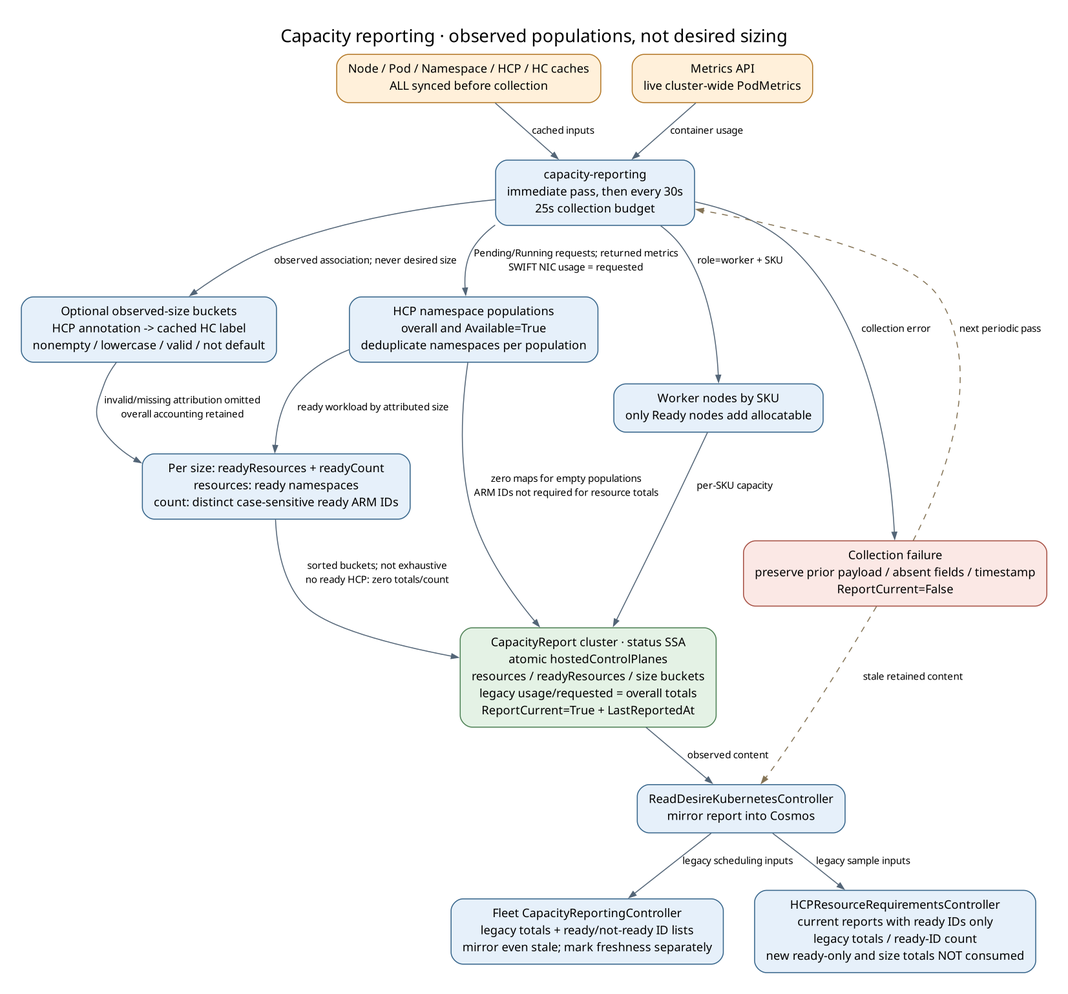
This is docs/generated/diagrams/controller-flows/capacity-reporting.png from Azure/ARO-HCP, a Graphviz export, as it was before one commit. Its source is kept beside it as docs/generated/diagrams/controller-flows/capacity-reporting.dot.
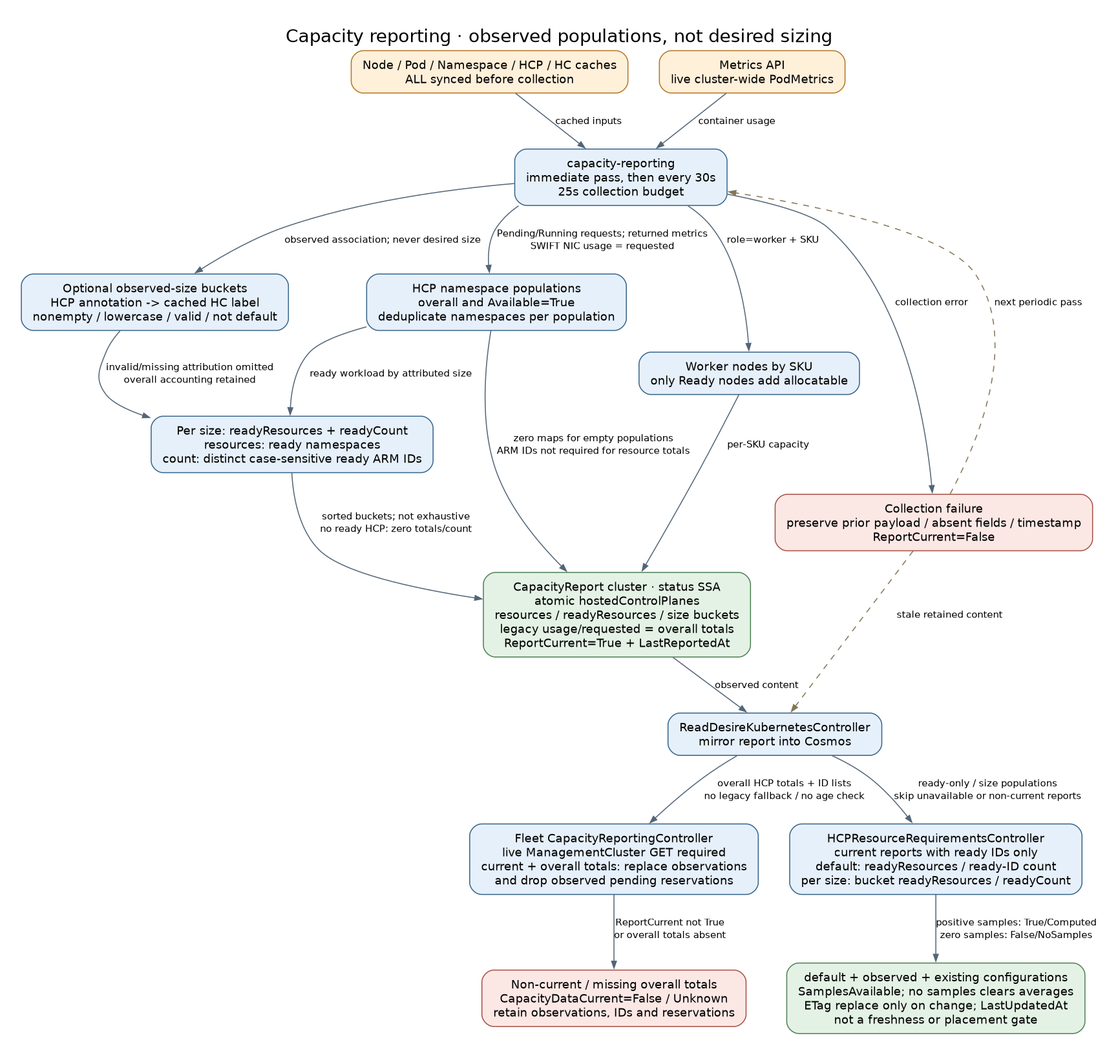
Above is the later version.

What changed in the source:
```diff
@@ -13,8 +13,10 @@
   report [label="CapacityReport cluster · status SSA\natomic hostedControlPlanes\nresources / readyResources / size buckets\nlegacy usage/requested = overall totals\nReportCurrent=True + LastReportedAt", fillcolor="#e4f2e5", color="#4c8053"];
   failure [label="Collection failure\npreserve prior payload / absent fields / timestamp\nReportCurrent=False", fillcolor="#fbe8e5", color="#a64f43"];
   mirror [label="ReadDesireKubernetesController\nmirror report into Cosmos"];
-  scheduling [label="Fleet CapacityReportingController\nlegacy totals + ready/not-ready ID lists\nmirror even stale; mark freshness separately"];
-  average [label="HCPResourceRequirementsController\ncurrent reports with ready IDs only\nlegacy totals / ready-ID count\nnew ready-only and size totals NOT consumed"];
+  scheduling [label="Fleet CapacityReportingController\nlive ManagementCluster GET required\ncurrent + overall totals: replace observations\nand drop observed pending reservations"];
+  retained [label="Non-current / missing overall totals\nCapacityDataCurrent=False / Unknown\nretain observations, IDs and reservations", fillcolor="#fbe8e5", color="#a64f43"];
+  average [label="HCPResourceRequirementsController\ncurrent reports with ready IDs only\ndefault: readyResources / ready-ID count\nper size: bucket readyResources / readyCount"];
+  requirements [label="default + observed + existing configurations\nSamplesAvailable; no samples clears averages\nETag replace only on change; LastUpdatedAt\nnot a freshness or placement gate", fillcolor="#e4f2e5", color="#4c8053"];
   cache -> collect [label="cached inputs"];
   metrics -> collect [label="container usage"];
   collect -> nodes [label="role=worker + SKU"];
@@ -28,7 +30,9 @@
   collect -> failure [label="collection error"];
   report -> mirror [label="observed content"];
   failure -> mirror [label="stale retained content", style=dashed, color="#857456"];
-  mirror -> scheduling [label="legacy scheduling inputs"];
-  mirror -> average [label="legacy sample inputs"];
+  mirror -> scheduling [label="overall HCP totals + ID lists\nno legacy fallback / no age check"];
+  scheduling -> retained [label="ReportCurrent not True\nor overall totals absent"];
+  mirror -> average [label="ready-only / size populations\nskip unavailable or non-current reports"];
+  average -> requirements [label="positive samples: True/Computed\nzero samples: False/NoSamples"];
   failure -> collect [label="next periodic pass", style=dashed, color="#857456", constraint=false];
 }
```
